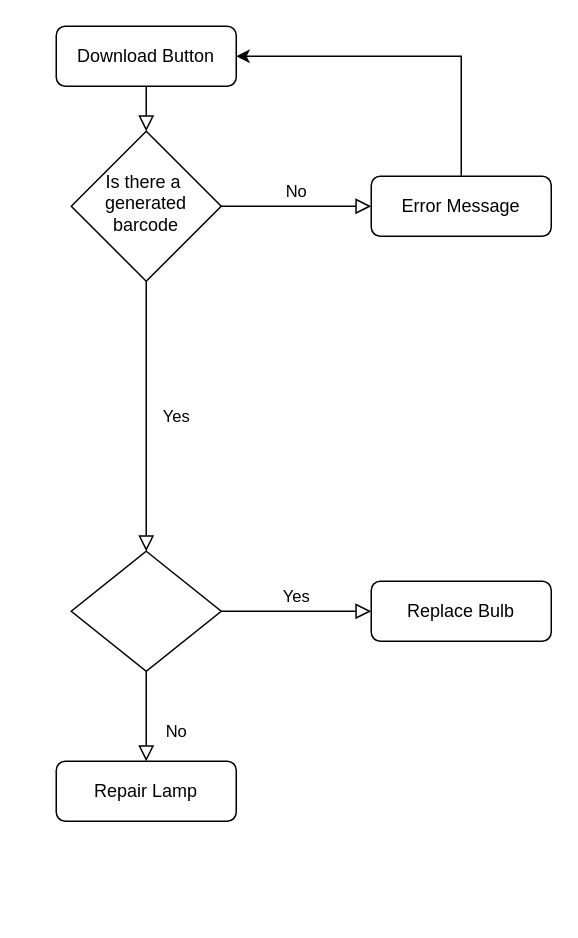
Above: backend/Download Button.drawio in JeffLiHK/online_barcode_generator_design (draw.io), before the change. Source tidied: cells renumbered, new cells numbered last; positions are measured from the earlier drawing's top-left corner, leaving out a move shared by most shapes. Both pictures are drawn from the tidied source at 150%, with x=0, y=0 at pixel (56, 26).
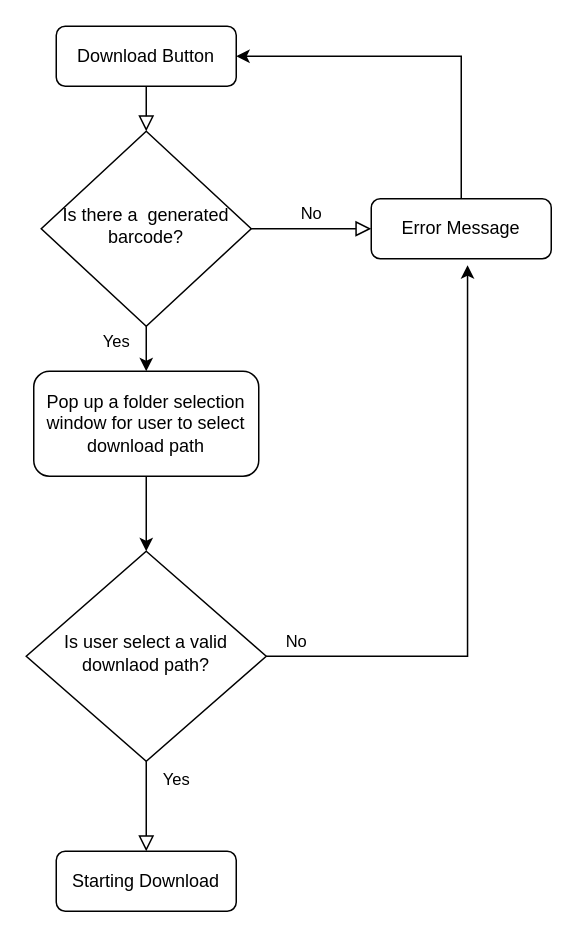
The same diagram, later.

Diff of the diagram source:
```diff
@@
 <mxGraphModel>
   <root>
     <mxCell id="0" />
     <mxCell id="1" parent="0" />
     <mxCell id="2" style="rounded=0;html=1;jettySize=auto;fontSize=11;endArrow=block;endFill=0;endSize=8;strokeWidth=1;shadow=0;labelBackgroundColor=none;edgeStyle=orthogonalEdgeStyle;" parent="1" edge="1" source="3" target="6">
       <mxGeometry relative="1" as="geometry" />
     </mxCell>
     <mxCell id="3" value="Download Button" style="rounded=1;whiteSpace=wrap;html=1;fontSize=12;glass=0;strokeWidth=1;shadow=0;" parent="1" vertex="1">
       <mxGeometry width="120" height="40" as="geometry" />
     </mxCell>
-    <mxCell id="4" value="Yes" style="rounded=0;html=1;jettySize=auto;fontSize=11;endArrow=block;endFill=0;endSize=8;strokeWidth=1;shadow=0;labelBackgroundColor=none;edgeStyle=orthogonalEdgeStyle;" parent="1" edge="1" source="6" target="11">
-      <mxGeometry y="20" relative="1" as="geometry" />
-    </mxCell>
     <mxCell id="5" value="No" style="edgeStyle=orthogonalEdgeStyle;rounded=0;html=1;jettySize=auto;fontSize=11;endArrow=block;endFill=0;endSize=8;strokeWidth=1;shadow=0;labelBackgroundColor=none;" parent="1" edge="1" source="6" target="8">
       <mxGeometry y="10" relative="1" as="geometry" />
     </mxCell>
+    <mxCell id="14" value="Yes" style="edgeStyle=orthogonalEdgeStyle;rounded=0;jettySize=auto;html=1;exitX=0.5;exitY=1;exitDx=0;exitDy=0;entryX=0.5;entryY=0;entryDx=0;entryDy=0;" parent="1" edge="1" source="6" target="16">
+      <mxGeometry x="-0.33" y="-20" relative="1" as="geometry" />
+    </mxCell>
-    <mxCell id="6" value="Is there a&amp;nbsp; generated barcode" style="rhombus;whiteSpace=wrap;html=1;shadow=0;fontFamily=Helvetica;fontSize=12;align=center;strokeWidth=1;spacing=6;spacingTop=-4;" parent="1" vertex="1">
-      <mxGeometry x="10" y="70" width="100" height="100" as="geometry" />
+    <mxCell id="6" value="Is there a&amp;nbsp; generated barcode?" style="rhombus;whiteSpace=wrap;html=1;shadow=0;fontFamily=Helvetica;fontSize=12;align=center;strokeWidth=1;spacing=6;spacingTop=-4;" parent="1" vertex="1">
+      <mxGeometry x="-10" y="70" width="140" height="130" as="geometry" />
     </mxCell>
     <mxCell id="7" style="edgeStyle=orthogonalEdgeStyle;rounded=0;jettySize=auto;html=1;exitX=0.5;exitY=0;exitDx=0;exitDy=0;entryX=1;entryY=0.5;entryDx=0;entryDy=0;" parent="1" edge="1" source="8" target="3">
       <mxGeometry relative="1" as="geometry" />
     </mxCell>
     <mxCell id="8" value="Error Message" style="rounded=1;whiteSpace=wrap;html=1;fontSize=12;glass=0;strokeWidth=1;shadow=0;" parent="1" vertex="1">
-      <mxGeometry x="210" y="100" width="120" height="40" as="geometry" />
+      <mxGeometry x="210" y="115" width="120" height="40" as="geometry" />
     </mxCell>
-    <mxCell id="9" value="No" style="rounded=0;html=1;jettySize=auto;fontSize=11;endArrow=block;endFill=0;endSize=8;strokeWidth=1;shadow=0;labelBackgroundColor=none;edgeStyle=orthogonalEdgeStyle;" parent="1" edge="1" source="11" target="12">
-      <mxGeometry x="0.33" y="20" relative="1" as="geometry" />
+    <mxCell id="9" value="Yes" style="rounded=0;html=1;jettySize=auto;fontSize=11;endArrow=block;endFill=0;endSize=8;strokeWidth=1;shadow=0;labelBackgroundColor=none;edgeStyle=orthogonalEdgeStyle;" parent="1" edge="1" source="11" target="12">
+      <mxGeometry x="-0.6" y="20" relative="1" as="geometry" />
     </mxCell>
-    <mxCell id="10" value="Yes" style="edgeStyle=orthogonalEdgeStyle;rounded=0;html=1;jettySize=auto;fontSize=11;endArrow=block;endFill=0;endSize=8;strokeWidth=1;shadow=0;labelBackgroundColor=none;" parent="1" edge="1" source="11" target="13">
-      <mxGeometry y="10" relative="1" as="geometry" />
-    </mxCell>
-    <mxCell id="11" style="rhombus;whiteSpace=wrap;html=1;shadow=0;fontFamily=Helvetica;fontSize=12;align=center;strokeWidth=1;spacing=6;spacingTop=-4;" parent="1" vertex="1">
-      <mxGeometry x="10" y="350" width="100" height="80" as="geometry" />
+    <mxCell id="11" value="Is user select a valid downlaod path?" style="rhombus;whiteSpace=wrap;html=1;shadow=0;fontFamily=Helvetica;fontSize=12;align=center;strokeWidth=1;spacing=6;spacingTop=-4;" parent="1" vertex="1">
+      <mxGeometry x="-20" y="350" width="160" height="140" as="geometry" />
     </mxCell>
-    <mxCell id="12" value="Repair Lamp" style="rounded=1;whiteSpace=wrap;html=1;fontSize=12;glass=0;strokeWidth=1;shadow=0;" parent="1" vertex="1">
-      <mxGeometry y="490" width="120" height="40" as="geometry" />
+    <mxCell id="12" value="Starting Download" style="rounded=1;whiteSpace=wrap;html=1;fontSize=12;glass=0;strokeWidth=1;shadow=0;" parent="1" vertex="1">
+      <mxGeometry y="550" width="120" height="40" as="geometry" />
     </mxCell>
-    <mxCell id="13" value="Replace Bulb" style="rounded=1;whiteSpace=wrap;html=1;fontSize=12;glass=0;strokeWidth=1;shadow=0;" parent="1" vertex="1">
-      <mxGeometry x="210" y="370" width="120" height="40" as="geometry" />
-    </mxCell>
+    <mxCell id="15" style="edgeStyle=orthogonalEdgeStyle;rounded=0;jettySize=auto;html=1;exitX=0.5;exitY=1;exitDx=0;exitDy=0;entryX=0.5;entryY=0;entryDx=0;entryDy=0;" parent="1" edge="1" source="16" target="11">
+      <mxGeometry relative="1" as="geometry" />
+    </mxCell>
+    <mxCell id="16" value="Pop up a folder selection window for user to select download path" style="rounded=1;whiteSpace=wrap;html=1;fontSize=12;glass=0;strokeWidth=1;shadow=0;" parent="1" vertex="1">
+      <mxGeometry x="-15" y="230" width="150" height="70" as="geometry" />
+    </mxCell>
+    <mxCell id="17" value="No" style="edgeStyle=orthogonalEdgeStyle;rounded=0;jettySize=auto;html=1;exitX=1;exitY=0.5;exitDx=0;exitDy=0;entryX=0.535;entryY=1.107;entryDx=0;entryDy=0;entryPerimeter=0;" parent="1" edge="1" source="11" target="8">
+      <mxGeometry x="-0.9" y="10" relative="1" as="geometry" />
+    </mxCell>
   </root>
 </mxGraphModel>
```
